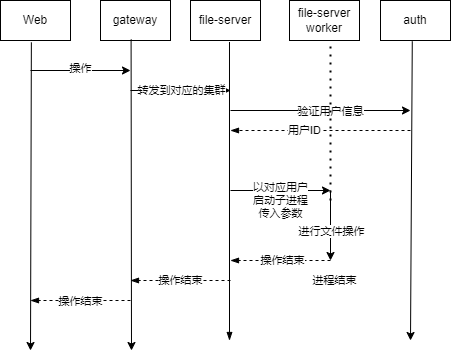
This is docs/diagrams/file-server-seq.png from PKUHPC/OpenSCOW, a draw.io export, as it was before one commit. Source tidied: cells renumbered, new cells last; positions are measured from the earlier drawing's top-left corner, leaving out a move shared by most shapes. Its diagram source:
```xml
<mxGraphModel>
  <root>
    <mxCell id="0" />
    <mxCell id="1" parent="0" />
    <mxCell id="2" value="Web" style="rounded=0;whiteSpace=wrap;html=1;" parent="1" vertex="1">
      <mxGeometry width="70" height="40" as="geometry" />
    </mxCell>
    <mxCell id="3" style="edgeStyle=none;html=1;exitX=0.454;exitY=1.018;exitDx=0;exitDy=0;exitPerimeter=0;" parent="1" edge="1" source="18">
      <mxGeometry relative="1" as="geometry">
        <mxPoint x="410" y="340" as="targetPoint" />
      </mxGeometry>
    </mxCell>
    <mxCell id="4" style="endArrow=classic;html=1;" parent="1" edge="1">
      <mxGeometry relative="1" as="geometry">
        <mxPoint x="30" y="70" as="sourcePoint" />
        <mxPoint x="130" y="70" as="targetPoint" />
      </mxGeometry>
    </mxCell>
    <mxCell id="5" value="操作" style="edgeLabel;html=1;align=center;verticalAlign=middle;" parent="4" vertex="1">
      <mxGeometry x="-0.2" y="2" relative="1" as="geometry">
        <mxPoint x="10" as="offset" />
      </mxGeometry>
    </mxCell>
    <mxCell id="6" style="endArrow=classic;html=1;" parent="1" edge="1">
      <mxGeometry relative="1" as="geometry">
        <mxPoint x="330" y="190" as="sourcePoint" />
        <mxPoint x="330" y="260" as="targetPoint" />
      </mxGeometry>
    </mxCell>
    <mxCell id="7" value="进行文件操作" style="edgeLabel;html=1;align=center;verticalAlign=middle;" parent="6" vertex="1">
      <mxGeometry x="-0.21" y="1" relative="1" as="geometry">
        <mxPoint y="13" as="offset" />
      </mxGeometry>
    </mxCell>
    <mxCell id="8" style="endArrow=blockThin;dashed=1;html=1;endFill=1;" parent="1" edge="1">
      <mxGeometry relative="1" as="geometry">
        <mxPoint x="330" y="260" as="sourcePoint" />
        <mxPoint x="230" y="260" as="targetPoint" />
      </mxGeometry>
    </mxCell>
    <mxCell id="9" value="操作结束" style="edgeLabel;html=1;align=center;verticalAlign=middle;" parent="8" vertex="1">
      <mxGeometry x="0.16" relative="1" as="geometry">
        <mxPoint x="9" as="offset" />
      </mxGeometry>
    </mxCell>
    <mxCell id="10" value="进程结束" style="edgeLabel;html=1;align=center;verticalAlign=middle;" parent="1" vertex="1">
      <mxGeometry x="340" y="280" as="geometry">
        <mxPoint x="-6" as="offset" />
      </mxGeometry>
    </mxCell>
    <mxCell id="11" style="endArrow=blockThin;dashed=1;html=1;endFill=1;" parent="1" edge="1">
      <mxGeometry relative="1" as="geometry">
        <mxPoint x="230" y="280" as="sourcePoint" />
        <mxPoint x="130" y="280" as="targetPoint" />
      </mxGeometry>
    </mxCell>
    <mxCell id="12" value="操作结束" style="edgeLabel;html=1;align=center;verticalAlign=middle;" parent="11" vertex="1">
      <mxGeometry x="0.16" y="1" relative="1" as="geometry">
        <mxPoint x="8" y="-1" as="offset" />
      </mxGeometry>
    </mxCell>
    <mxCell id="13" style="edgeStyle=none;html=1;exitX=0.557;exitY=1.037;exitDx=0;exitDy=0;endArrow=blockThin;endFill=1;exitPerimeter=0;" parent="1" edge="1" source="17">
      <mxGeometry relative="1" as="geometry">
        <mxPoint x="229" y="340" as="targetPoint" />
      </mxGeometry>
    </mxCell>
    <mxCell id="14" style="endArrow=classic;html=1;" parent="1" edge="1">
      <mxGeometry relative="1" as="geometry">
        <mxPoint x="130" y="90" as="sourcePoint" />
        <mxPoint x="230" y="90" as="targetPoint" />
      </mxGeometry>
    </mxCell>
    <mxCell id="15" value="转发到对应的集群" style="edgeLabel;html=1;align=center;verticalAlign=middle;" parent="14" vertex="1">
      <mxGeometry relative="1" as="geometry" />
    </mxCell>
    <mxCell id="16" value="gateway" style="rounded=0;whiteSpace=wrap;html=1;" parent="1" vertex="1">
      <mxGeometry x="100" width="70" height="40" as="geometry" />
    </mxCell>
    <mxCell id="17" value="file-server" style="rounded=0;whiteSpace=wrap;html=1;" parent="1" vertex="1">
      <mxGeometry x="190" width="70" height="40" as="geometry" />
    </mxCell>
    <mxCell id="18" value="auth" style="rounded=0;whiteSpace=wrap;html=1;" parent="1" vertex="1">
      <mxGeometry x="380" width="70" height="40" as="geometry" />
    </mxCell>
    <mxCell id="19" value="file-server worker" style="rounded=0;whiteSpace=wrap;html=1;" parent="1" vertex="1">
      <mxGeometry x="289" width="70" height="40" as="geometry" />
    </mxCell>
    <mxCell id="20" style="endArrow=classic;html=1;exitX=0.441;exitY=1.045;exitDx=0;exitDy=0;exitPerimeter=0;" parent="1" edge="1" source="2">
      <mxGeometry relative="1" as="geometry">
        <mxPoint x="30" y="350" as="targetPoint" />
      </mxGeometry>
    </mxCell>
    <mxCell id="21" style="endArrow=classic;html=1;exitX=0.437;exitY=0.974;exitDx=0;exitDy=0;exitPerimeter=0;" parent="1" edge="1" source="16">
      <mxGeometry relative="1" as="geometry">
        <mxPoint x="131" y="350" as="targetPoint" />
      </mxGeometry>
    </mxCell>
    <mxCell id="22" style="endArrow=classic;html=1;" parent="1" edge="1">
      <mxGeometry relative="1" as="geometry">
        <mxPoint x="230" y="110" as="sourcePoint" />
        <mxPoint x="410" y="110" as="targetPoint" />
      </mxGeometry>
    </mxCell>
    <mxCell id="23" value="验证用户信息" style="edgeLabel;html=1;align=center;verticalAlign=middle;" parent="22" vertex="1">
      <mxGeometry x="0.18" y="-1" relative="1" as="geometry">
        <mxPoint x="-7" as="offset" />
      </mxGeometry>
    </mxCell>
    <mxCell id="24" style="endArrow=blockThin;dashed=1;html=1;endFill=1;" parent="1" edge="1">
      <mxGeometry relative="1" as="geometry">
        <mxPoint x="410" y="130" as="sourcePoint" />
        <mxPoint x="230" y="130" as="targetPoint" />
      </mxGeometry>
    </mxCell>
    <mxCell id="25" value="用户ID" style="edgeLabel;html=1;align=center;verticalAlign=middle;" parent="24" vertex="1">
      <mxGeometry x="0.32" relative="1" as="geometry">
        <mxPoint x="13" as="offset" />
      </mxGeometry>
    </mxCell>
    <mxCell id="26" style="endArrow=classic;html=1;" parent="1" edge="1">
      <mxGeometry relative="1" as="geometry">
        <mxPoint x="230" y="190" as="sourcePoint" />
        <mxPoint x="330" y="190" as="targetPoint" />
      </mxGeometry>
    </mxCell>
    <mxCell id="27" style="endArrow=none;dashed=1;html=1;dashPattern=1 3;strokeWidth=2;" parent="1" edge="1">
      <mxGeometry relative="1" as="geometry">
        <mxPoint x="330" y="200" as="sourcePoint" />
        <mxPoint x="330" y="40" as="targetPoint" />
      </mxGeometry>
    </mxCell>
    <mxCell id="28" style="endArrow=blockThin;dashed=1;html=1;endFill=1;" parent="1" edge="1">
      <mxGeometry relative="1" as="geometry">
        <mxPoint x="130" y="300" as="sourcePoint" />
        <mxPoint x="30" y="300" as="targetPoint" />
      </mxGeometry>
    </mxCell>
    <mxCell id="29" value="操作结束" style="edgeLabel;html=1;align=center;verticalAlign=middle;" parent="28" vertex="1">
      <mxGeometry x="0.16" y="1" relative="1" as="geometry">
        <mxPoint x="8" as="offset" />
      </mxGeometry>
    </mxCell>
    <mxCell id="30" value="以对应用户&lt;br&gt;启动子进程&lt;br&gt;传入参数" style="edgeLabel;html=1;align=center;verticalAlign=middle;" parent="1" vertex="1">
      <mxGeometry x="280" y="200" as="geometry" />
    </mxCell>
  </root>
</mxGraphModel>
```
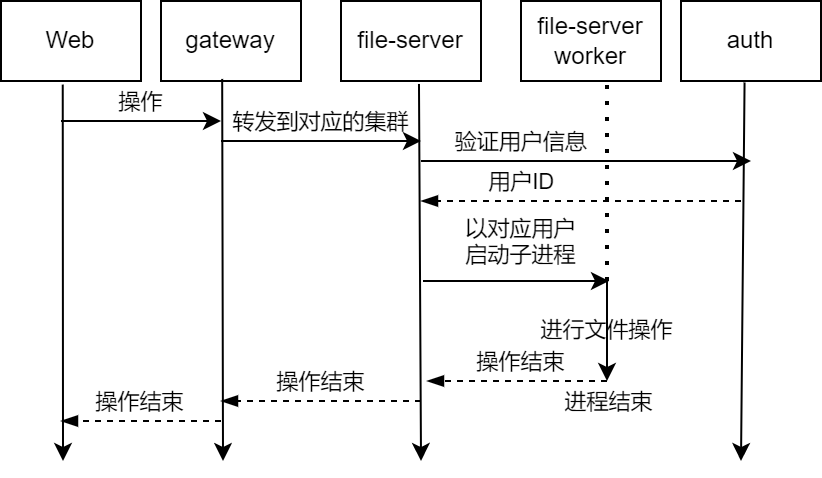
Above is the later version.

What changed in the source:
```diff
@@ -2,146 +2,151 @@
   <root>
     <mxCell id="0" />
     <mxCell id="1" parent="0" />
-    <mxCell id="2" value="Web" style="rounded=0;whiteSpace=wrap;html=1;" parent="1" vertex="1">
-      <mxGeometry width="70" height="40" as="geometry" />
+    <mxCell id="2" value="Web" style="rounded=0;whiteSpace=wrap;spacing=0;labelBackgroundColor=none;fillColor=none;" parent="1" vertex="1">
+      <mxGeometry x="20" y="10" width="70" height="40" as="geometry" />
     </mxCell>
-    <mxCell id="3" style="edgeStyle=none;html=1;exitX=0.454;exitY=1.018;exitDx=0;exitDy=0;exitPerimeter=0;" parent="1" edge="1" source="18">
+    <mxCell id="3" style="edgeStyle=none;exitX=0.454;exitY=1.018;exitDx=0;exitDy=0;exitPerimeter=0;spacing=0;labelBackgroundColor=none;" parent="1" edge="1" source="18">
       <mxGeometry relative="1" as="geometry">
-        <mxPoint x="410" y="340" as="targetPoint" />
+        <mxPoint x="390" y="240" as="targetPoint" />
       </mxGeometry>
     </mxCell>
-    <mxCell id="4" style="endArrow=classic;html=1;" parent="1" edge="1">
+    <mxCell id="4" style="endArrow=classic;spacing=0;labelBackgroundColor=none;" parent="1" edge="1">
       <mxGeometry relative="1" as="geometry">
-        <mxPoint x="30" y="70" as="sourcePoint" />
+        <mxPoint x="50" y="70" as="sourcePoint" />
         <mxPoint x="130" y="70" as="targetPoint" />
       </mxGeometry>
     </mxCell>
-    <mxCell id="5" value="操作" style="edgeLabel;html=1;align=center;verticalAlign=middle;" parent="4" vertex="1">
+    <mxCell id="5" value="操作" style="edgeLabel;align=center;verticalAlign=middle;spacing=0;labelBackgroundColor=none;" parent="4" vertex="1">
       <mxGeometry x="-0.2" y="2" relative="1" as="geometry">
-        <mxPoint x="10" as="offset" />
+        <mxPoint x="8" y="-8" as="offset" />
       </mxGeometry>
     </mxCell>
-    <mxCell id="6" style="endArrow=classic;html=1;" parent="1" edge="1">
+    <mxCell id="6" style="endArrow=classic;spacing=0;labelBackgroundColor=none;" parent="1" edge="1">
       <mxGeometry relative="1" as="geometry">
-        <mxPoint x="330" y="190" as="sourcePoint" />
-        <mxPoint x="330" y="260" as="targetPoint" />
+        <mxPoint x="323" y="150" as="sourcePoint" />
+        <mxPoint x="323" y="200" as="targetPoint" />
+        <Array as="points">
+          <mxPoint x="323" y="170" />
+        </Array>
       </mxGeometry>
     </mxCell>
-    <mxCell id="7" value="进行文件操作" style="edgeLabel;html=1;align=center;verticalAlign=middle;" parent="6" vertex="1">
+    <mxCell id="7" value="进行文件操作" style="edgeLabel;align=center;verticalAlign=middle;spacing=0;labelBackgroundColor=none;" parent="6" vertex="1">
       <mxGeometry x="-0.21" y="1" relative="1" as="geometry">
-        <mxPoint y="13" as="offset" />
+        <mxPoint x="-1" y="4" as="offset" />
       </mxGeometry>
     </mxCell>
-    <mxCell id="8" style="endArrow=blockThin;dashed=1;html=1;endFill=1;" parent="1" edge="1">
+    <mxCell id="8" style="endArrow=blockThin;dashed=1;endFill=1;spacing=0;labelBackgroundColor=none;" parent="1" edge="1">
       <mxGeometry relative="1" as="geometry">
-        <mxPoint x="330" y="260" as="sourcePoint" />
-        <mxPoint x="230" y="260" as="targetPoint" />
+        <mxPoint x="323" y="200" as="sourcePoint" />
+        <mxPoint x="233" y="200" as="targetPoint" />
       </mxGeometry>
     </mxCell>
-    <mxCell id="9" value="操作结束" style="edgeLabel;html=1;align=center;verticalAlign=middle;" parent="8" vertex="1">
+    <mxCell id="9" value="操作结束" style="edgeLabel;align=center;verticalAlign=middle;spacing=0;labelBackgroundColor=none;" parent="8" vertex="1">
       <mxGeometry x="0.16" relative="1" as="geometry">
-        <mxPoint x="9" as="offset" />
+        <mxPoint x="9" y="-10" as="offset" />
       </mxGeometry>
     </mxCell>
-    <mxCell id="10" value="进程结束" style="edgeLabel;html=1;align=center;verticalAlign=middle;" parent="1" vertex="1">
-      <mxGeometry x="340" y="280" as="geometry">
+    <mxCell id="10" value="进程结束" style="edgeLabel;align=center;verticalAlign=middle;spacing=0;labelBackgroundColor=none;" parent="1" vertex="1">
+      <mxGeometry x="330" y="210" as="geometry">
         <mxPoint x="-6" as="offset" />
       </mxGeometry>
     </mxCell>
-    <mxCell id="11" style="endArrow=blockThin;dashed=1;html=1;endFill=1;" parent="1" edge="1">
+    <mxCell id="11" style="endArrow=blockThin;dashed=1;endFill=1;spacing=0;labelBackgroundColor=none;" parent="1" edge="1">
       <mxGeometry relative="1" as="geometry">
-        <mxPoint x="230" y="280" as="sourcePoint" />
-        <mxPoint x="130" y="280" as="targetPoint" />
+        <mxPoint x="230" y="210" as="sourcePoint" />
+        <mxPoint x="130" y="210" as="targetPoint" />
       </mxGeometry>
     </mxCell>
-    <mxCell id="12" value="操作结束" style="edgeLabel;html=1;align=center;verticalAlign=middle;" parent="11" vertex="1">
+    <mxCell id="12" value="操作结束" style="edgeLabel;align=center;verticalAlign=middle;spacing=0;labelBackgroundColor=none;" parent="11" vertex="1">
       <mxGeometry x="0.16" y="1" relative="1" as="geometry">
-        <mxPoint x="8" y="-1" as="offset" />
+        <mxPoint x="8" y="-11" as="offset" />
       </mxGeometry>
     </mxCell>
-    <mxCell id="13" style="edgeStyle=none;html=1;exitX=0.557;exitY=1.037;exitDx=0;exitDy=0;endArrow=blockThin;endFill=1;exitPerimeter=0;" parent="1" edge="1" source="17">
+    <mxCell id="13" style="edgeStyle=none;exitX=0.557;exitY=1.037;exitDx=0;exitDy=0;endArrow=classic;endFill=1;exitPerimeter=0;spacing=0;labelBackgroundColor=none;" parent="1" edge="1" source="17">
       <mxGeometry relative="1" as="geometry">
-        <mxPoint x="229" y="340" as="targetPoint" />
+        <mxPoint x="230" y="240" as="targetPoint" />
       </mxGeometry>
     </mxCell>
-    <mxCell id="14" style="endArrow=classic;html=1;" parent="1" edge="1">
+    <mxCell id="14" style="endArrow=classic;spacing=0;labelBackgroundColor=none;" parent="1" edge="1">
       <mxGeometry relative="1" as="geometry">
-        <mxPoint x="130" y="90" as="sourcePoint" />
-        <mxPoint x="230" y="90" as="targetPoint" />
+        <mxPoint x="130" y="80" as="sourcePoint" />
+        <mxPoint x="230" y="80" as="targetPoint" />
       </mxGeometry>
     </mxCell>
-    <mxCell id="15" value="转发到对应的集群" style="edgeLabel;html=1;align=center;verticalAlign=middle;" parent="14" vertex="1">
-      <mxGeometry relative="1" as="geometry" />
+    <mxCell id="15" value="转发到对应的集群" style="edgeLabel;align=center;verticalAlign=middle;spacing=0;labelBackgroundColor=none;" parent="14" vertex="1">
+      <mxGeometry relative="1" as="geometry">
+        <mxPoint y="-10" as="offset" />
+      </mxGeometry>
     </mxCell>
-    <mxCell id="16" value="gateway" style="rounded=0;whiteSpace=wrap;html=1;" parent="1" vertex="1">
-      <mxGeometry x="100" width="70" height="40" as="geometry" />
+    <mxCell id="16" value="gateway" style="rounded=0;whiteSpace=wrap;spacing=0;labelBackgroundColor=none;fillColor=none;" parent="1" vertex="1">
+      <mxGeometry x="100" y="10" width="70" height="40" as="geometry" />
     </mxCell>
-    <mxCell id="17" value="file-server" style="rounded=0;whiteSpace=wrap;html=1;" parent="1" vertex="1">
-      <mxGeometry x="190" width="70" height="40" as="geometry" />
+    <mxCell id="17" value="file-server" style="rounded=0;whiteSpace=wrap;spacing=0;labelBackgroundColor=none;fillColor=none;" parent="1" vertex="1">
+      <mxGeometry x="190" y="10" width="70" height="40" as="geometry" />
     </mxCell>
-    <mxCell id="18" value="auth" style="rounded=0;whiteSpace=wrap;html=1;" parent="1" vertex="1">
-      <mxGeometry x="380" width="70" height="40" as="geometry" />
+    <mxCell id="18" value="auth" style="rounded=0;whiteSpace=wrap;spacing=0;labelBackgroundColor=none;fillColor=none;" parent="1" vertex="1">
+      <mxGeometry x="360" y="10" width="70" height="40" as="geometry" />
     </mxCell>
-    <mxCell id="19" value="file-server worker" style="rounded=0;whiteSpace=wrap;html=1;" parent="1" vertex="1">
-      <mxGeometry x="289" width="70" height="40" as="geometry" />
+    <mxCell id="19" value="file-server worker" style="rounded=0;whiteSpace=wrap;spacing=0;labelBackgroundColor=none;fillColor=none;strokeColor=default;" parent="1" vertex="1">
+      <mxGeometry x="280" y="10" width="70" height="40" as="geometry" />
     </mxCell>
-    <mxCell id="20" style="endArrow=classic;html=1;exitX=0.441;exitY=1.045;exitDx=0;exitDy=0;exitPerimeter=0;" parent="1" edge="1" source="2">
+    <mxCell id="20" style="endArrow=classic;exitX=0.441;exitY=1.045;exitDx=0;exitDy=0;exitPerimeter=0;spacing=0;labelBackgroundColor=none;" parent="1" edge="1" source="2">
       <mxGeometry relative="1" as="geometry">
-        <mxPoint x="30" y="350" as="targetPoint" />
+        <mxPoint x="51" y="240" as="targetPoint" />
       </mxGeometry>
     </mxCell>
-    <mxCell id="21" style="endArrow=classic;html=1;exitX=0.437;exitY=0.974;exitDx=0;exitDy=0;exitPerimeter=0;" parent="1" edge="1" source="16">
-      <mxGeometry relative="1" as="geometry">
-        <mxPoint x="131" y="350" as="targetPoint" />
-      </mxGeometry>
-    </mxCell>
-    <mxCell id="22" style="endArrow=classic;html=1;" parent="1" edge="1">
+    <mxCell id="22" style="endArrow=classic;spacing=0;labelBackgroundColor=none;" parent="1" edge="1">
       <mxGeometry relative="1" as="geometry">
-        <mxPoint x="230" y="110" as="sourcePoint" />
-        <mxPoint x="410" y="110" as="targetPoint" />
+        <mxPoint x="230" y="90" as="sourcePoint" />
+        <mxPoint x="395" y="90" as="targetPoint" />
       </mxGeometry>
     </mxCell>
-    <mxCell id="23" value="验证用户信息" style="edgeLabel;html=1;align=center;verticalAlign=middle;" parent="22" vertex="1">
+    <mxCell id="23" value="验证用户信息" style="edgeLabel;align=center;verticalAlign=middle;spacing=0;labelBackgroundColor=none;" parent="22" vertex="1">
       <mxGeometry x="0.18" y="-1" relative="1" as="geometry">
-        <mxPoint x="-7" as="offset" />
+        <mxPoint x="-47" y="-11" as="offset" />
       </mxGeometry>
     </mxCell>
+    <mxCell id="21" style="endArrow=classic;exitX=0.437;exitY=0.974;exitDx=0;exitDy=0;exitPerimeter=0;spacing=0;labelBackgroundColor=none;" parent="1" edge="1" source="16">
+      <mxGeometry relative="1" as="geometry">
+        <mxPoint x="131" y="240" as="targetPoint" />
+      </mxGeometry>
+    </mxCell>
+    <mxCell id="27" style="endArrow=none;dashed=1;dashPattern=1 3;strokeWidth=2;spacing=0;labelBackgroundColor=none;" parent="1" edge="1">
+      <mxGeometry relative="1" as="geometry">
+        <mxPoint x="323" y="150" as="sourcePoint" />
+        <mxPoint x="323" y="50" as="targetPoint" />
+      </mxGeometry>
+    </mxCell>
-    <mxCell id="24" style="endArrow=blockThin;dashed=1;html=1;endFill=1;" parent="1" edge="1">
+    <mxCell id="24" style="endArrow=blockThin;dashed=1;endFill=1;spacing=0;labelBackgroundColor=none;" parent="1" edge="1">
       <mxGeometry relative="1" as="geometry">
-        <mxPoint x="410" y="130" as="sourcePoint" />
-        <mxPoint x="230" y="130" as="targetPoint" />
+        <mxPoint x="390" y="110" as="sourcePoint" />
+        <mxPoint x="230" y="110" as="targetPoint" />
       </mxGeometry>
     </mxCell>
-    <mxCell id="25" value="用户ID" style="edgeLabel;html=1;align=center;verticalAlign=middle;" parent="24" vertex="1">
+    <mxCell id="25" value="用户ID" style="edgeLabel;align=center;verticalAlign=middle;spacing=0;labelBackgroundColor=none;" parent="24" vertex="1">
       <mxGeometry x="0.32" relative="1" as="geometry">
-        <mxPoint x="13" as="offset" />
+        <mxPoint x="-4" y="-10" as="offset" />
       </mxGeometry>
     </mxCell>
-    <mxCell id="26" style="endArrow=classic;html=1;" parent="1" edge="1">
+    <mxCell id="26" style="endArrow=classic;spacing=0;labelBackgroundColor=none;" parent="1" edge="1">
       <mxGeometry relative="1" as="geometry">
-        <mxPoint x="230" y="190" as="sourcePoint" />
-        <mxPoint x="330" y="190" as="targetPoint" />
+        <mxPoint x="231" y="150" as="sourcePoint" />
+        <mxPoint x="324" y="150" as="targetPoint" />
       </mxGeometry>
     </mxCell>
-    <mxCell id="27" style="endArrow=none;dashed=1;html=1;dashPattern=1 3;strokeWidth=2;" parent="1" edge="1">
-      <mxGeometry relative="1" as="geometry">
-        <mxPoint x="330" y="200" as="sourcePoint" />
-        <mxPoint x="330" y="40" as="targetPoint" />
-      </mxGeometry>
-    </mxCell>
-    <mxCell id="28" style="endArrow=blockThin;dashed=1;html=1;endFill=1;" parent="1" edge="1">
+    <mxCell id="28" style="endArrow=blockThin;dashed=1;endFill=1;spacing=0;labelBackgroundColor=none;" parent="1" edge="1">
       <mxGeometry relative="1" as="geometry">
-        <mxPoint x="130" y="300" as="sourcePoint" />
-        <mxPoint x="30" y="300" as="targetPoint" />
+        <mxPoint x="130" y="220" as="sourcePoint" />
+        <mxPoint x="50" y="220" as="targetPoint" />
       </mxGeometry>
     </mxCell>
-    <mxCell id="29" value="操作结束" style="edgeLabel;html=1;align=center;verticalAlign=middle;" parent="28" vertex="1">
+    <mxCell id="29" value="操作结束" style="edgeLabel;align=center;verticalAlign=middle;spacing=0;labelBackgroundColor=none;" parent="28" vertex="1">
       <mxGeometry x="0.16" y="1" relative="1" as="geometry">
-        <mxPoint x="8" as="offset" />
+        <mxPoint x="6" y="-11" as="offset" />
       </mxGeometry>
     </mxCell>
-    <mxCell id="30" value="以对应用户&lt;br&gt;启动子进程&lt;br&gt;传入参数" style="edgeLabel;html=1;align=center;verticalAlign=middle;" parent="1" vertex="1">
-      <mxGeometry x="280" y="200" as="geometry" />
+    <mxCell id="30" value="以对应用户&#10;启动子进程" style="edgeLabel;align=center;verticalAlign=middle;spacing=0;labelBackgroundColor=none;" parent="1" vertex="1">
+      <mxGeometry x="280" y="130" as="geometry" />
     </mxCell>
   </root>
 </mxGraphModel>
```
